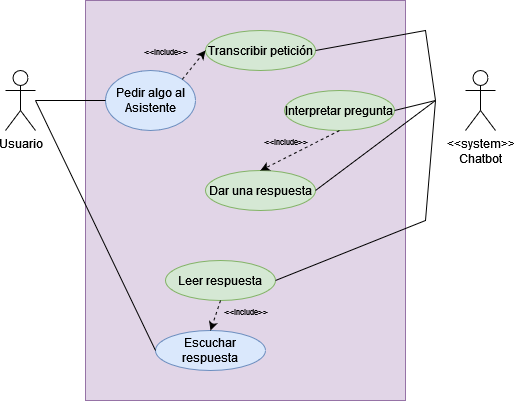
IvanitiX/ArcadiaVoiceAssistant keeps this draw.io diagram as doc/imagenes/DiagramaCasosUso.png. Above is the earlier version. Source tidied: cells renumbered, new cells last; positions are measured from the earlier drawing's top-left corner, leaving out a move shared by most shapes.
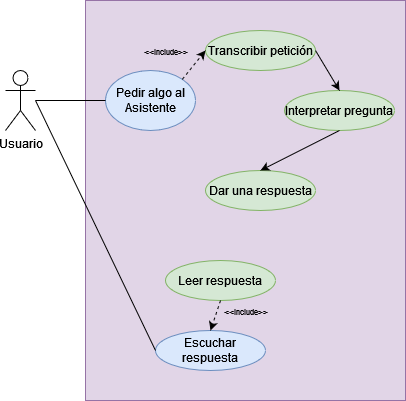
Later version of the same file.

Change to the diagram source:
```diff
@@ -5,9 +5,6 @@
     <mxCell id="2" value="Usuario" style="shape=umlActor;verticalLabelPosition=bottom;verticalAlign=top;html=1;" parent="1" vertex="1">
       <mxGeometry y="70" width="30" height="60" as="geometry" />
     </mxCell>
-    <mxCell id="3" value="&amp;lt;&amp;lt;system&amp;gt;&amp;gt;&lt;div&gt;Chatbot&lt;/div&gt;" style="shape=umlActor;verticalLabelPosition=bottom;verticalAlign=top;html=1;" parent="1" vertex="1">
-      <mxGeometry x="460" y="70" width="30" height="60" as="geometry" />
-    </mxCell>
     <mxCell id="4" style="rounded=0;whiteSpace=wrap;html=1;fillColor=#e1d5e7;strokeColor=#9673a6;" parent="1" vertex="1">
       <mxGeometry x="80" width="320" height="400" as="geometry" />
     </mxCell>
@@ -32,32 +29,6 @@
     <mxCell id="11" style="endArrow=none;html=1;rounded=0;entryX=0;entryY=0.5;entryDx=0;entryDy=0;" parent="1" edge="1" source="2" target="5">
       <mxGeometry relative="1" as="geometry" />
     </mxCell>
-    <mxCell id="12" style="endArrow=none;html=1;rounded=0;exitX=1;exitY=0.5;exitDx=0;exitDy=0;" parent="1" edge="1" source="7">
-      <mxGeometry relative="1" as="geometry">
-        <mxPoint x="430" y="100" as="targetPoint" />
-      </mxGeometry>
-    </mxCell>
-    <mxCell id="13" style="endArrow=none;html=1;rounded=0;exitX=1;exitY=0.5;exitDx=0;exitDy=0;" parent="1" edge="1" source="8">
-      <mxGeometry relative="1" as="geometry">
-        <mxPoint x="430" y="100" as="targetPoint" />
-      </mxGeometry>
-    </mxCell>
-    <mxCell id="14" style="endArrow=none;html=1;rounded=0;exitX=1;exitY=0.5;exitDx=0;exitDy=0;" parent="1" edge="1" source="6">
-      <mxGeometry relative="1" as="geometry">
-        <mxPoint x="430" y="100" as="targetPoint" />
-        <Array as="points">
-          <mxPoint x="420" y="30" />
-        </Array>
-      </mxGeometry>
-    </mxCell>
-    <mxCell id="15" style="endArrow=none;html=1;rounded=0;exitX=1;exitY=0.5;exitDx=0;exitDy=0;" parent="1" edge="1" source="9">
-      <mxGeometry relative="1" as="geometry">
-        <mxPoint x="430" y="100" as="targetPoint" />
-        <Array as="points">
-          <mxPoint x="420" y="220" />
-        </Array>
-      </mxGeometry>
-    </mxCell>
     <mxCell id="16" style="endArrow=none;html=1;rounded=0;exitX=0;exitY=0.5;exitDx=0;exitDy=0;" parent="1" edge="1" source="10">
       <mxGeometry relative="1" as="geometry">
         <mxPoint x="30" y="100" as="targetPoint" />
@@ -66,20 +37,20 @@
     <mxCell id="17" style="endArrow=classic;dashed=1;html=1;rounded=0;exitX=1;exitY=0;exitDx=0;exitDy=0;entryX=0;entryY=0.5;entryDx=0;entryDy=0;endFill=1;" parent="1" edge="1" source="5" target="6">
       <mxGeometry relative="1" as="geometry" />
     </mxCell>
-    <mxCell id="18" style="endArrow=classic;dashed=1;html=1;rounded=0;exitX=0.5;exitY=1;exitDx=0;exitDy=0;entryX=0.5;entryY=0;entryDx=0;entryDy=0;endFill=1;" parent="1" edge="1" source="7" target="8">
-      <mxGeometry relative="1" as="geometry" />
-    </mxCell>
     <mxCell id="19" style="endArrow=classic;dashed=1;html=1;rounded=0;exitX=0.5;exitY=1;exitDx=0;exitDy=0;entryX=0.5;entryY=0;entryDx=0;entryDy=0;endFill=1;" parent="1" edge="1" source="9" target="10">
       <mxGeometry relative="1" as="geometry" />
     </mxCell>
     <mxCell id="20" value="&lt;font style=&quot;font-size: 8px&quot;&gt;&amp;lt;&amp;lt;include&amp;gt;&amp;gt;&lt;/font&gt;" style="text;html=1;align=center;verticalAlign=middle;strokeColor=none;fillColor=none;" parent="1" vertex="1">
       <mxGeometry x="130" y="40" width="60" height="20" as="geometry" />
     </mxCell>
-    <mxCell id="21" value="&lt;font style=&quot;font-size: 8px&quot;&gt;&amp;lt;&amp;lt;include&amp;gt;&amp;gt;&lt;/font&gt;" style="text;html=1;align=center;verticalAlign=middle;strokeColor=none;fillColor=none;" parent="1" vertex="1">
-      <mxGeometry x="250" y="130" width="60" height="20" as="geometry" />
-    </mxCell>
     <mxCell id="22" value="&lt;font style=&quot;font-size: 8px&quot;&gt;&amp;lt;&amp;lt;include&amp;gt;&amp;gt;&lt;/font&gt;" style="text;html=1;align=center;verticalAlign=middle;strokeColor=none;fillColor=none;" parent="1" vertex="1">
       <mxGeometry x="210" y="300" width="60" height="20" as="geometry" />
     </mxCell>
+    <mxCell id="23" style="endArrow=classic;html=1;rounded=0;exitX=1;exitY=0.5;exitDx=0;exitDy=0;entryX=0.5;entryY=0;entryDx=0;entryDy=0;" parent="1" edge="1" source="6" target="7">
+      <mxGeometry relative="1" as="geometry" />
+    </mxCell>
+    <mxCell id="18" style="endArrow=classic;html=1;rounded=0;exitX=0.5;exitY=1;exitDx=0;exitDy=0;entryX=0.5;entryY=0;entryDx=0;entryDy=0;" parent="1" edge="1" source="7" target="8">
+      <mxGeometry relative="1" as="geometry" />
+    </mxCell>
   </root>
 </mxGraphModel>
```
